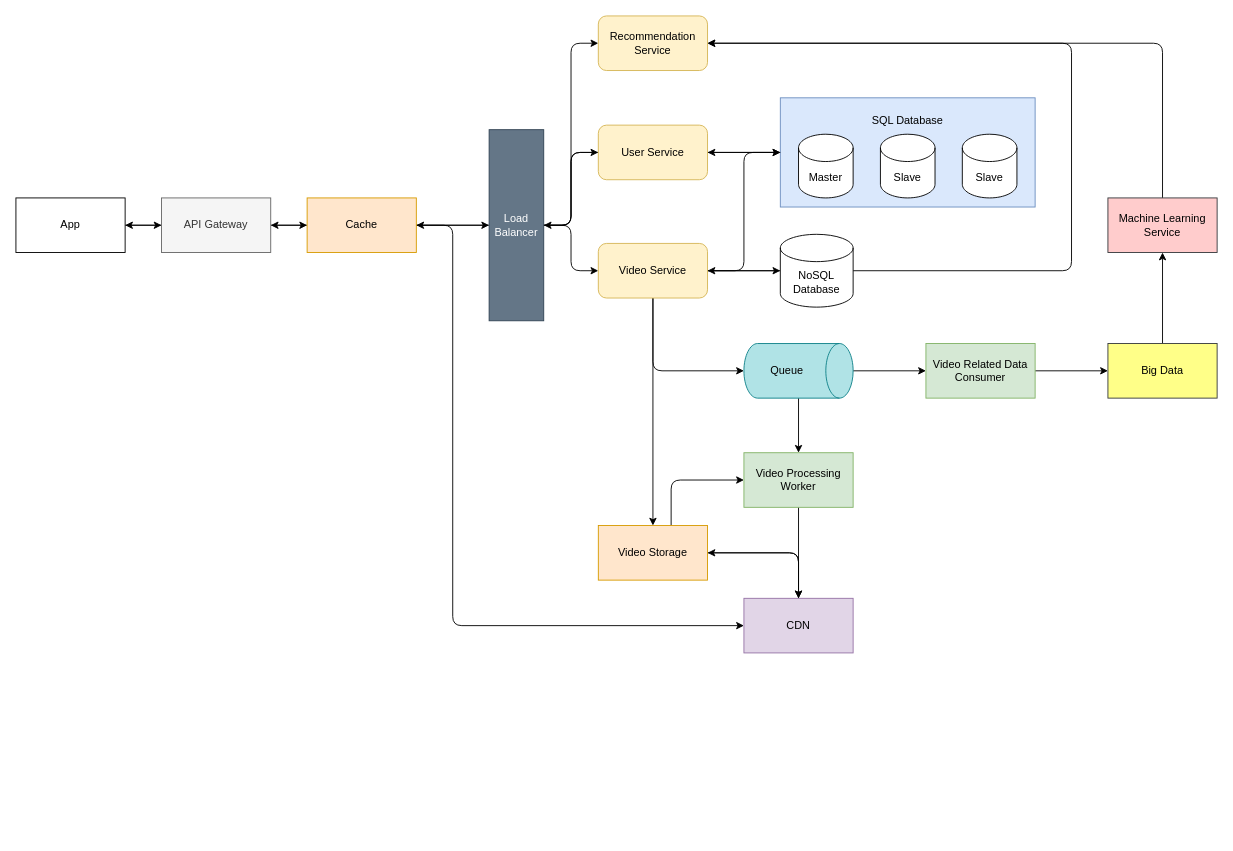
Earlier version of the draw.io diagram TikTok System Design.drawio (purnendukar/MySystemDesigns). Source tidied: cells renumbered, new cells numbered last; positions are measured from the earlier drawing's top-left corner, leaving out a move shared by most shapes. Both pictures are drawn from the tidied source at 91%, with x=0, y=0 at pixel (15, 15).
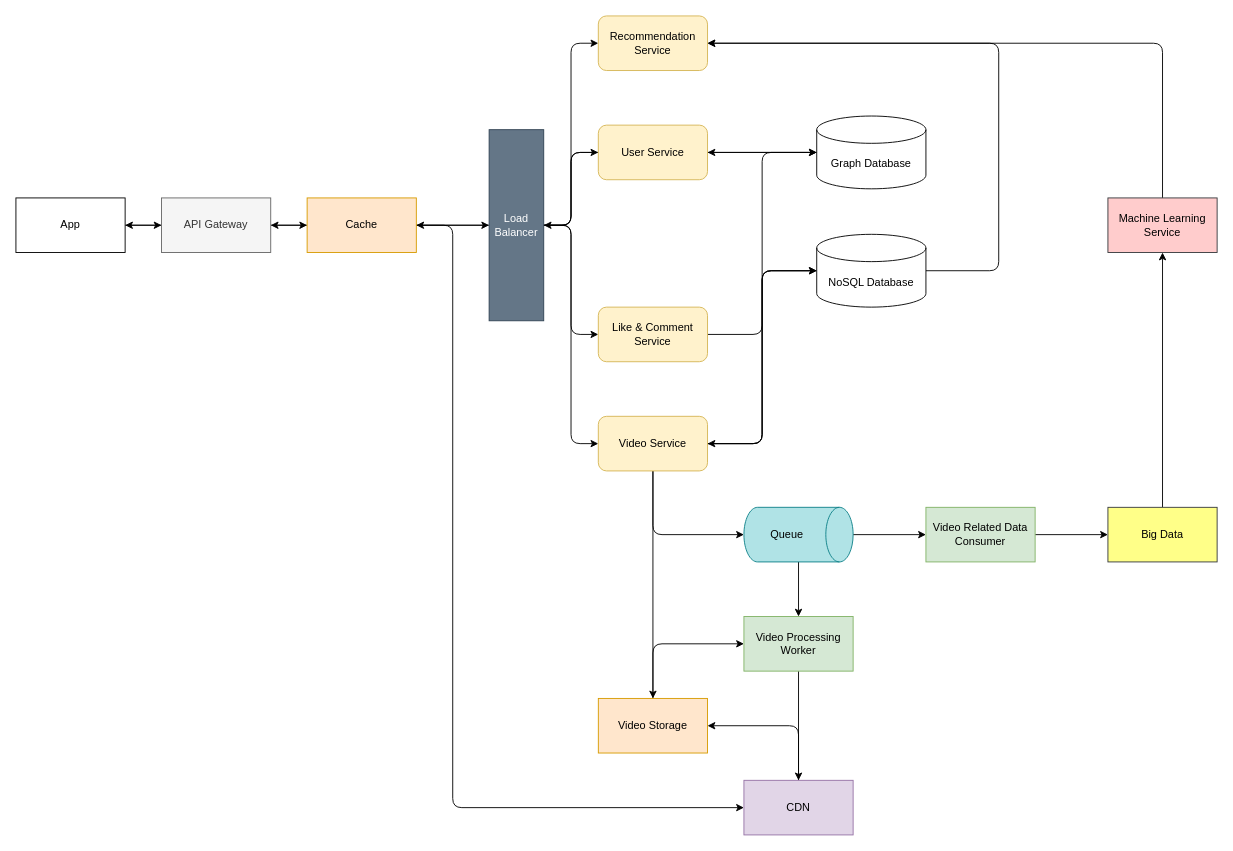
Above is the later version.

Unchanged cells that the change refers to:
```xml
<mxCell id="9" value="Load&lt;br&gt;Balancer" style="rounded=0;whiteSpace=wrap;html=1;fillColor=#647687;strokeColor=#314354;fontColor=#ffffff;" parent="1" vertex="1">
  <mxGeometry x="520" y="125" width="60" height="210" as="geometry" />
</mxCell>
<mxCell id="12" value="User Service" style="rounded=1;whiteSpace=wrap;html=1;fillColor=#fff2cc;strokeColor=#d6b656;" parent="1" vertex="1">
  <mxGeometry x="640" y="120" width="120" height="60" as="geometry" />
</mxCell>
<mxCell id="36" value="Cache" style="rounded=0;whiteSpace=wrap;html=1;fillColor=#ffe6cc;strokeColor=#d79b00;" parent="1" vertex="1">
  <mxGeometry x="320" y="200" width="120" height="60" as="geometry" />
</mxCell>
<mxCell id="48" value="Recommendation Service" style="rounded=1;whiteSpace=wrap;html=1;fillColor=#fff2cc;strokeColor=#d6b656;" parent="1" vertex="1">
  <mxGeometry x="640" width="120" height="60" as="geometry" />
</mxCell>
```

What changed in the source:
```diff
@@
+    <mxCell id="51" style="edgeStyle=orthogonalEdgeStyle;rounded=1;jettySize=auto;html=1;" parent="1" edge="1" source="9" target="57">
+      <mxGeometry relative="1" as="geometry">
+        <Array as="points">
+          <mxPoint x="610" y="230" />
+          <mxPoint x="610" y="350" />
+        </Array>
+      </mxGeometry>
+    </mxCell>
@@
-    <mxCell id="11" style="edgeStyle=orthogonalEdgeStyle;rounded=1;jettySize=auto;html=1;entryX=0;entryY=0.5;entryDx=0;entryDy=0;" parent="1" edge="1" source="12" target="14">
-      <mxGeometry relative="1" as="geometry" />
-    </mxCell>
+    <mxCell id="52" style="edgeStyle=orthogonalEdgeStyle;rounded=0;jettySize=auto;html=1;" parent="1" edge="1" source="12" target="55">
+      <mxGeometry relative="1" as="geometry" />
+    </mxCell>
@@
-    <mxCell id="13" style="group;" parent="1" vertex="1">
-      <mxGeometry x="840" y="90" width="280" height="120" as="geometry" />
-    </mxCell>
-    <mxCell id="14" style="rounded=0;whiteSpace=wrap;html=1;fillColor=#dae8fc;strokeColor=#6c8ebf;" parent="13" vertex="1">
-      <mxGeometry width="280" height="120" as="geometry" />
-    </mxCell>
-    <mxCell id="15" value="Master" style="shape=cylinder3;whiteSpace=wrap;html=1;boundedLbl=1;backgroundOutline=1;size=15;" parent="13" vertex="1">
-      <mxGeometry x="20" y="40" width="60" height="70" as="geometry" />
-    </mxCell>
-    <mxCell id="16" value="Slave" style="shape=cylinder3;whiteSpace=wrap;html=1;boundedLbl=1;backgroundOutline=1;size=15;" parent="13" vertex="1">
-      <mxGeometry x="110" y="40" width="60" height="70" as="geometry" />
-    </mxCell>
-    <mxCell id="17" value="Slave" style="shape=cylinder3;whiteSpace=wrap;html=1;boundedLbl=1;backgroundOutline=1;size=15;" parent="13" vertex="1">
-      <mxGeometry x="200" y="40" width="60" height="70" as="geometry" />
-    </mxCell>
-    <mxCell id="18" value="SQL Database" style="text;html=1;strokeColor=none;fillColor=none;align=center;verticalAlign=middle;whiteSpace=wrap;rounded=0;" parent="13" vertex="1">
-      <mxGeometry x="65" y="10" width="150" height="30" as="geometry" />
-    </mxCell>
-    <mxCell id="19" style="edgeStyle=orthogonalEdgeStyle;rounded=1;jettySize=auto;html=1;" parent="1" edge="1" source="14" target="12">
-      <mxGeometry relative="1" as="geometry" />
-    </mxCell>
     <mxCell id="20" style="edgeStyle=orthogonalEdgeStyle;rounded=1;jettySize=auto;html=1;entryX=0;entryY=0.5;entryDx=0;entryDy=0;entryPerimeter=0;" parent="1" edge="1" source="24" target="27">
-      <mxGeometry relative="1" as="geometry" />
+      <mxGeometry relative="1" as="geometry">
+        <Array as="points">
+          <mxPoint x="820" y="470" />
+          <mxPoint x="820" y="280" />
+        </Array>
+      </mxGeometry>
     </mxCell>
-    <mxCell id="21" style="edgeStyle=orthogonalEdgeStyle;rounded=1;jettySize=auto;html=1;entryX=0;entryY=0.5;entryDx=0;entryDy=0;" parent="1" edge="1" source="24" target="14">
-      <mxGeometry relative="1" as="geometry" />
-    </mxCell>
@@
     <mxCell id="23" style="edgeStyle=orthogonalEdgeStyle;rounded=1;jettySize=auto;html=1;entryX=0.5;entryY=1;entryDx=0;entryDy=0;entryPerimeter=0;" parent="1" edge="1" source="24" target="41">
       <mxGeometry relative="1" as="geometry">
         <Array as="points">
-          <mxPoint x="700" y="390" />
+          <mxPoint x="700" y="570" />
         </Array>
       </mxGeometry>
     </mxCell>
+    <mxCell id="53" style="edgeStyle=orthogonalEdgeStyle;rounded=1;jettySize=auto;html=1;" parent="1" edge="1" source="24" target="55">
+      <mxGeometry relative="1" as="geometry">
+        <Array as="points">
+          <mxPoint x="820" y="470" />
+          <mxPoint x="820" y="150" />
+        </Array>
+      </mxGeometry>
+    </mxCell>
     <mxCell id="24" value="Video Service" style="rounded=1;whiteSpace=wrap;html=1;fillColor=#fff2cc;strokeColor=#d6b656;" parent="1" vertex="1">
-      <mxGeometry x="640" y="250" width="120" height="60" as="geometry" />
+      <mxGeometry x="640" y="440" width="120" height="60" as="geometry" />
     </mxCell>
     <mxCell id="25" style="edgeStyle=orthogonalEdgeStyle;rounded=1;jettySize=auto;html=1;entryX=1;entryY=0.5;entryDx=0;entryDy=0;" parent="1" edge="1" source="27" target="24">
-      <mxGeometry relative="1" as="geometry" />
+      <mxGeometry relative="1" as="geometry">
+        <Array as="points">
+          <mxPoint x="820" y="280" />
+          <mxPoint x="820" y="470" />
+        </Array>
+      </mxGeometry>
     </mxCell>
     <mxCell id="26" style="edgeStyle=orthogonalEdgeStyle;rounded=1;jettySize=auto;html=1;" parent="1" edge="1" source="27" target="48">
       <mxGeometry relative="1" as="geometry">
         <Array as="points">
-          <mxPoint x="1160" y="280" />
-          <mxPoint x="1160" y="30" />
+          <mxPoint x="1080" y="280" />
+          <mxPoint x="1080" y="30" />
         </Array>
       </mxGeometry>
     </mxCell>
     <mxCell id="27" value="NoSQL Database" style="shape=cylinder3;whiteSpace=wrap;html=1;boundedLbl=1;backgroundOutline=1;size=15;" parent="1" vertex="1">
-      <mxGeometry x="840" y="240" width="80" height="80" as="geometry" />
+      <mxGeometry x="880" y="240" width="120" height="80" as="geometry" />
     </mxCell>
     <mxCell id="28" style="edgeStyle=orthogonalEdgeStyle;rounded=1;jettySize=auto;html=1;" parent="1" edge="1" source="29" target="32">
       <mxGeometry relative="1" as="geometry">
         <Array as="points">
-          <mxPoint x="860" y="590" />
+          <mxPoint x="860" y="780" />
         </Array>
       </mxGeometry>
     </mxCell>
     <mxCell id="29" value="CDN" style="rounded=0;whiteSpace=wrap;html=1;fillColor=#e1d5e7;strokeColor=#9673a6;" parent="1" vertex="1">
-      <mxGeometry x="800" y="640" width="120" height="60" as="geometry" />
+      <mxGeometry x="800" y="840" width="120" height="60" as="geometry" />
     </mxCell>
-    <mxCell id="30" style="edgeStyle=orthogonalEdgeStyle;rounded=1;jettySize=auto;html=1;" parent="1" edge="1" source="32" target="29">
-      <mxGeometry relative="1" as="geometry" />
-    </mxCell>
-    <mxCell id="31" style="edgeStyle=orthogonalEdgeStyle;rounded=1;jettySize=auto;html=1;" parent="1" edge="1" source="32" target="43">
+    <mxCell id="31" style="edgeStyle=orthogonalEdgeStyle;jettySize=auto;html=1;rounded=1;" parent="1" edge="1" source="32" target="43">
       <mxGeometry relative="1" as="geometry">
         <Array as="points">
-          <mxPoint x="720" y="510" />
+          <mxPoint x="700" y="690" />
         </Array>
       </mxGeometry>
     </mxCell>
     <mxCell id="32" value="Video Storage" style="rounded=0;whiteSpace=wrap;html=1;fillColor=#ffe6cc;strokeColor=#d79b00;" parent="1" vertex="1">
-      <mxGeometry x="640" y="560" width="120" height="60" as="geometry" />
+      <mxGeometry x="640" y="750" width="120" height="60" as="geometry" />
     </mxCell>
@@
     <mxCell id="34" style="edgeStyle=orthogonalEdgeStyle;rounded=1;jettySize=auto;html=1;entryX=0;entryY=0.5;entryDx=0;entryDy=0;" parent="1" edge="1" source="36" target="29">
       <mxGeometry relative="1" as="geometry">
         <Array as="points">
           <mxPoint x="480" y="230" />
-          <mxPoint x="480" y="670" />
+          <mxPoint x="480" y="870" />
         </Array>
       </mxGeometry>
     </mxCell>
@@
     <mxCell id="41" value="Queue" style="shape=cylinder3;whiteSpace=wrap;html=1;boundedLbl=1;backgroundOutline=1;size=15;direction=south;fillColor=#b0e3e6;strokeColor=#0e8088;" parent="1" vertex="1">
-      <mxGeometry x="800" y="360" width="120" height="60" as="geometry" />
+      <mxGeometry x="800" y="540" width="120" height="60" as="geometry" />
     </mxCell>
@@
     <mxCell id="43" value="Video Processing Worker" style="rounded=0;whiteSpace=wrap;html=1;fillColor=#d5e8d4;strokeColor=#82b366;" parent="1" vertex="1">
-      <mxGeometry x="800" y="480" width="120" height="60" as="geometry" />
+      <mxGeometry x="800" y="660" width="120" height="60" as="geometry" />
     </mxCell>
@@
     <mxCell id="45" value="Video Related Data Consumer" style="rounded=0;whiteSpace=wrap;html=1;fillColor=#d5e8d4;strokeColor=#82b366;" parent="1" vertex="1">
-      <mxGeometry x="1000" y="360" width="120" height="60" as="geometry" />
+      <mxGeometry x="1000" y="540" width="120" height="60" as="geometry" />
     </mxCell>
@@
     <mxCell id="47" value="Big Data" style="whiteSpace=wrap;html=1;fillColor=#ffff88;strokeColor=#36393d;rounded=0;" parent="1" vertex="1">
-      <mxGeometry x="1200" y="360" width="120" height="60" as="geometry" />
+      <mxGeometry x="1200" y="540" width="120" height="60" as="geometry" />
     </mxCell>
@@
+    <mxCell id="54" style="edgeStyle=orthogonalEdgeStyle;rounded=0;jettySize=auto;html=1;" parent="1" edge="1" source="55" target="12">
+      <mxGeometry relative="1" as="geometry" />
+    </mxCell>
+    <mxCell id="55" value="Graph Database" style="shape=cylinder3;whiteSpace=wrap;html=1;boundedLbl=1;backgroundOutline=1;size=15;" parent="1" vertex="1">
+      <mxGeometry x="880" y="110" width="120" height="80" as="geometry" />
+    </mxCell>
+    <mxCell id="56" style="edgeStyle=orthogonalEdgeStyle;rounded=1;jettySize=auto;html=1;" parent="1" edge="1" source="57" target="27">
+      <mxGeometry relative="1" as="geometry">
+        <Array as="points">
+          <mxPoint x="820" y="350" />
+          <mxPoint x="820" y="280" />
+        </Array>
+      </mxGeometry>
+    </mxCell>
+    <mxCell id="57" value="Like &amp;amp; Comment Service" style="rounded=1;whiteSpace=wrap;html=1;fillColor=#fff2cc;strokeColor=#d6b656;" parent="1" vertex="1">
+      <mxGeometry x="640" y="320" width="120" height="60" as="geometry" />
+    </mxCell>
```
